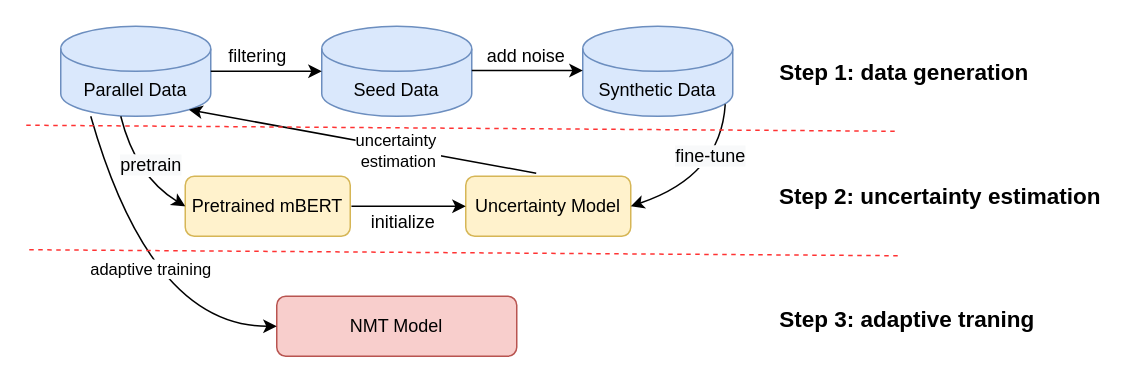
This is uncertaintyNMT.drawio from lizezhonglaile/drawio, a draw.io file, before an edit. Source tidied: cells renumbered, new cells numbered last; positions are measured from the earlier drawing's top-left corner, leaving out a move shared by most shapes. Both pictures are drawn from the tidied source at 150%, with x=0, y=0 at pixel (26, 26).
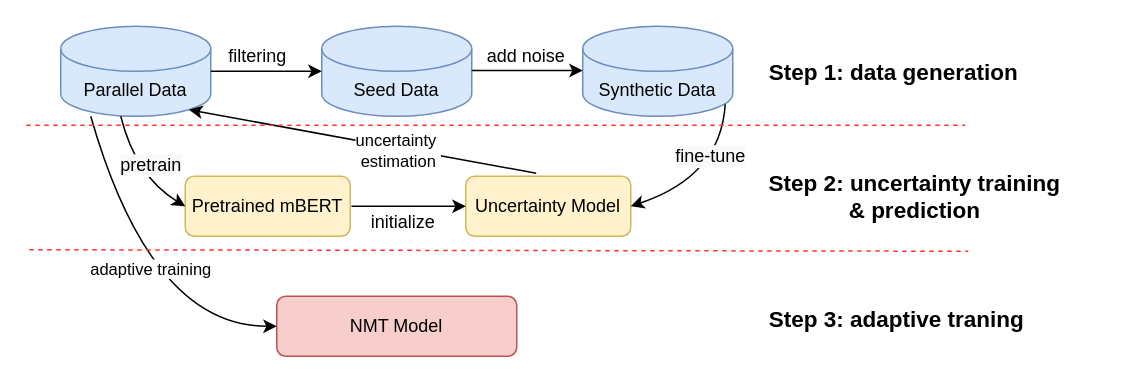
After the change.

What changed in the source:
```diff
@@
     <mxCell id="22" style="endArrow=none;html=1;rounded=0;dashed=1;strokeColor=#FF3333;" parent="1" edge="1">
       <mxGeometry relative="1" as="geometry">
         <mxPoint y="66" as="sourcePoint" />
-        <mxPoint x="580" y="70" as="targetPoint" />
+        <mxPoint x="626" y="66" as="targetPoint" />
       </mxGeometry>
     </mxCell>
     <mxCell id="23" style="endArrow=none;html=1;rounded=0;dashed=1;strokeColor=#FF3333;" parent="1" edge="1">
       <mxGeometry relative="1" as="geometry">
         <mxPoint x="2" y="149" as="sourcePoint" />
-        <mxPoint x="582" y="153" as="targetPoint" />
+        <mxPoint x="628" y="150" as="targetPoint" />
       </mxGeometry>
     </mxCell>
     <mxCell id="24" value="&lt;b&gt;&lt;font style=&quot;font-size: 15px;&quot;&gt;Step 1: data generation&lt;/font&gt;&lt;/b&gt;" style="text;html=1;align=center;verticalAlign=middle;strokeColor=none;fillColor=none;" parent="1" vertex="1">
-      <mxGeometry x="493" y="15" width="184" height="30" as="geometry" />
+      <mxGeometry x="486" y="15" width="184" height="30" as="geometry" />
     </mxCell>
-    <mxCell id="25" value="&lt;b&gt;&lt;font style=&quot;font-size: 15px;&quot;&gt;Step 2: uncertainty estimation&lt;/font&gt;&lt;/b&gt;" style="text;html=1;align=center;verticalAlign=middle;strokeColor=none;fillColor=none;" parent="1" vertex="1">
-      <mxGeometry x="493" y="98" width="232" height="30" as="geometry" />
+    <mxCell id="25" value="&lt;b&gt;&lt;font style=&quot;font-size: 15px;&quot;&gt;Step 2: uncertainty training&lt;br&gt;&amp;amp; prediction&lt;br&gt;&lt;/font&gt;&lt;/b&gt;" style="text;html=1;align=center;verticalAlign=middle;strokeColor=none;fillColor=none;" parent="1" vertex="1">
+      <mxGeometry x="482" y="88" width="220" height="50" as="geometry" />
     </mxCell>
     <mxCell id="26" value="&lt;b&gt;&lt;font style=&quot;font-size: 15px;&quot;&gt;Step 3: adaptive traning&lt;/font&gt;&lt;/b&gt;" style="text;html=1;align=center;verticalAlign=middle;strokeColor=none;fillColor=none;" parent="1" vertex="1">
-      <mxGeometry x="493" y="180" width="188" height="30" as="geometry" />
+      <mxGeometry x="486" y="180" width="188" height="30" as="geometry" />
     </mxCell>
```
